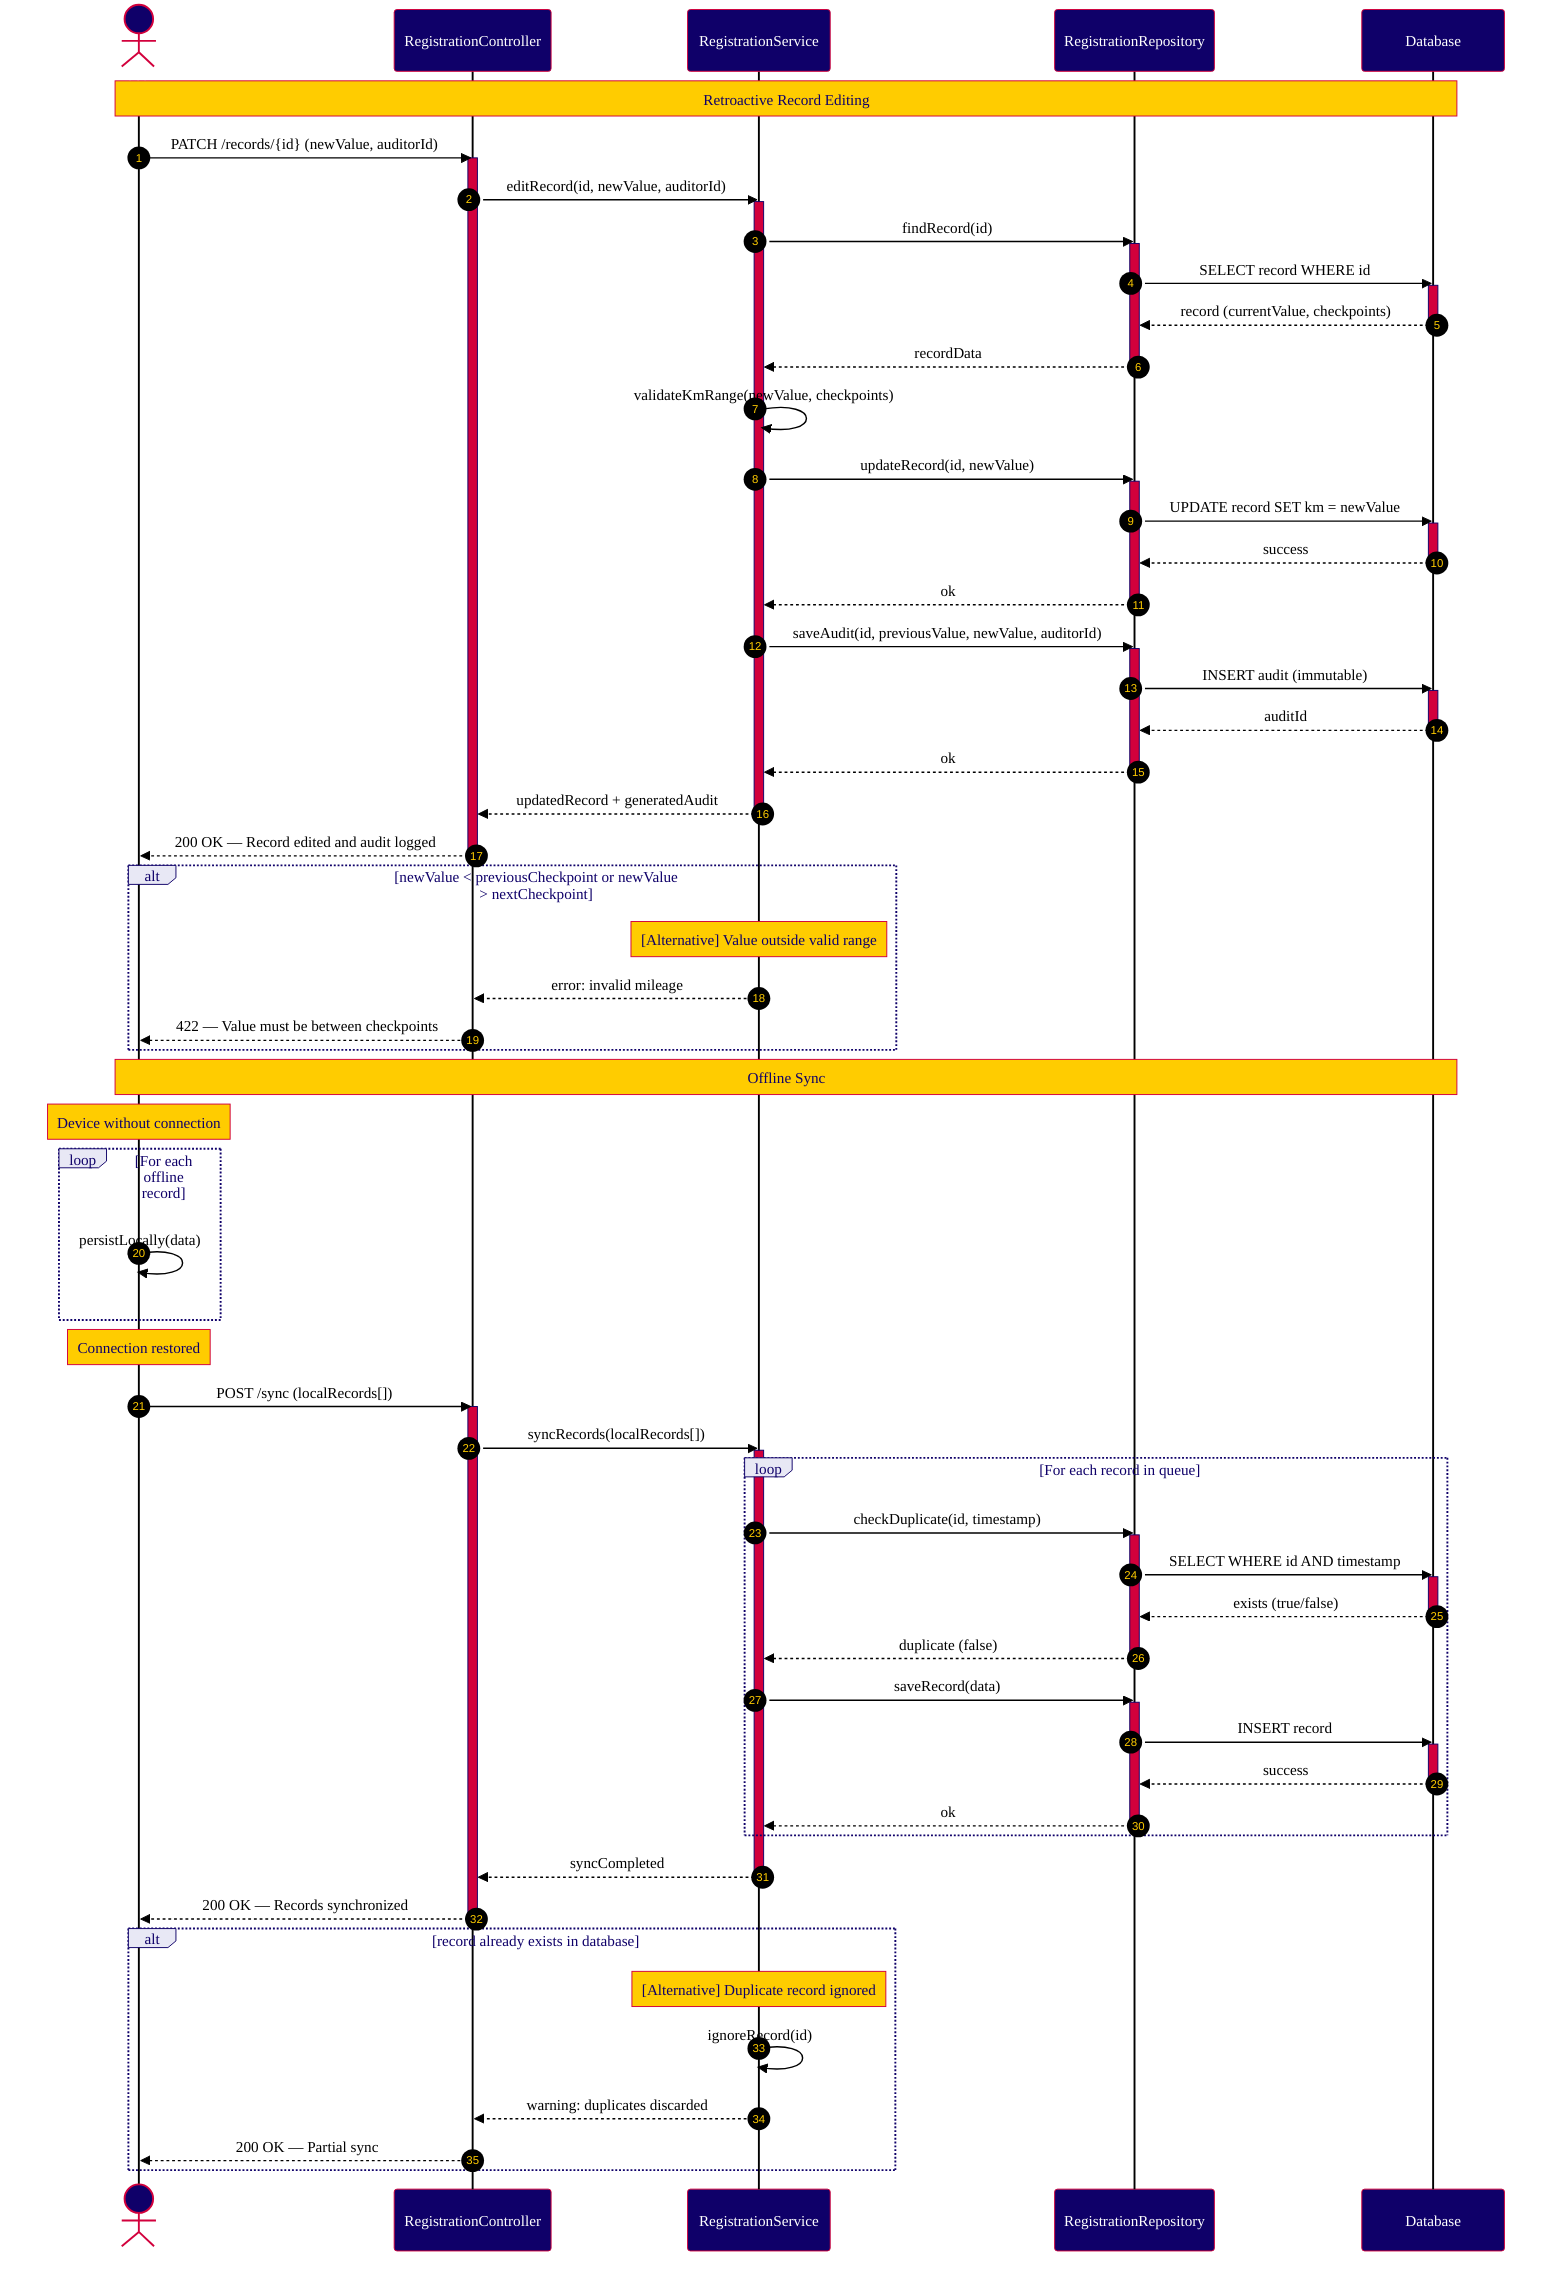
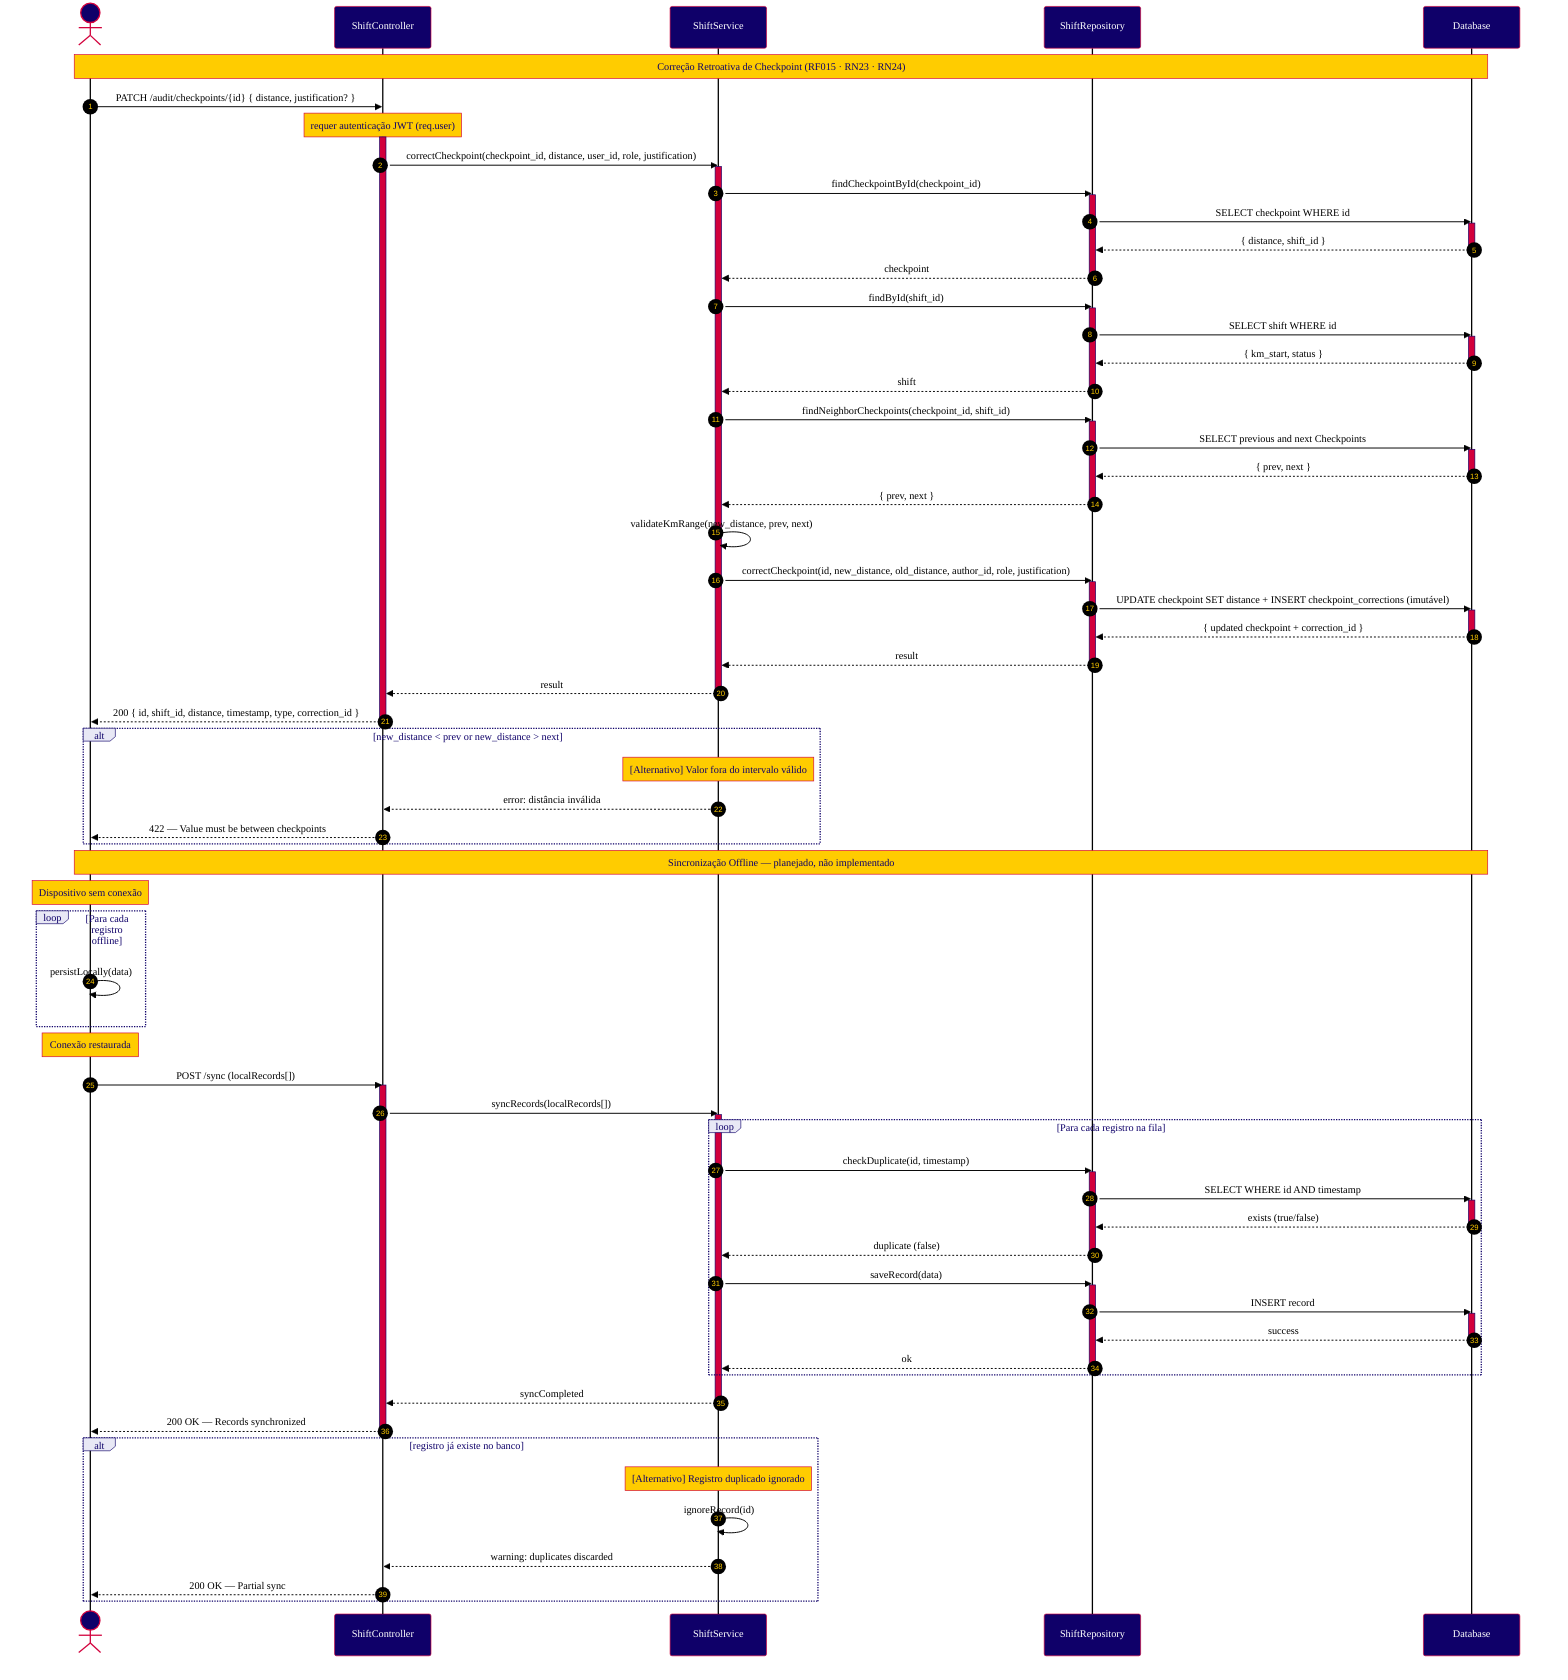
%%{init: {
    "theme": "base",
+     "background": "#ffffff",
    "themeVariables": {
        "primaryColor": "#0F0069",
        "primaryTextColor": "#FFFFFF",
        "primaryBorderColor": "#D2003C",
        "secondaryColor": "#D2003C",
        "secondaryTextColor": "#FFFFFF",
        "secondaryBorderColor": "#D2003C",
        "tertiaryColor": "#E8E8F5",
        "tertiaryTextColor": "#0F0069",
        "tertiaryBorderColor": "#0F0069",
        "noteBkgColor": "#FFCC00",
        "noteTextColor": "#0F0069",
        "noteBorderColor": "#D2003C",
        "activationBkgColor": "#D2003C",
        "activationBorderColor": "#0F0069",
        "sequenceNumberColor": "#FFCC00",
        "actorBkg": "#0F0069",
        "actorTextColor": "#FFFFFF",
        "actorBorderColor": "#D2003C",
        "actorLineColor": "#000000",
        "signalColor": "#000000",
        "signalTextColor": "#000000",
        "labelBoxBkgColor": "#E8E8F5",
        "labelBoxBorderColor": "#0F0069",
        "labelTextColor": "#0F0069",
        "loopTextColor": "#0F0069",
        "fontFamily": "Arial, sans-serif",
-         "fontSize": "14px"
+         "fontSize": "14px",
+         "background": "#FFFFFF"
    }
}}%%
sequenceDiagram
    autonumber
    actor User
-     participant RegistrationController
-     participant RegistrationService
-     participant RegistrationRepository
+     participant ShiftController
+     participant ShiftService
+     participant ShiftRepository
    participant Database

-     Note over User, Database: Retroactive Record Editing
+     Note over User, Database: Correção Retroativa de Checkpoint (RF015 · RN23 · RN24)

-     User->>RegistrationController: PATCH /records/{id} (newValue, auditorId)
-     activate RegistrationController
+     User->>ShiftController: PATCH /audit/checkpoints/{id} { distance, justification? }
+     Note over ShiftController: requer autenticação JWT (req.user)
+     activate ShiftController

-     RegistrationController->>RegistrationService: editRecord(id, newValue, auditorId)
-     activate RegistrationService
+     ShiftController->>ShiftService: correctCheckpoint(checkpoint_id, distance, user_id, role, justification)
+     activate ShiftService

-     RegistrationService->>RegistrationRepository: findRecord(id)
-     activate RegistrationRepository
+     ShiftService->>ShiftRepository: findCheckpointById(checkpoint_id)
+     activate ShiftRepository

-     RegistrationRepository->>Database: SELECT record WHERE id
+     ShiftRepository->>Database: SELECT checkpoint WHERE id
    activate Database

-     Database-->>RegistrationRepository: record (currentValue, checkpoints)
+     Database-->>ShiftRepository: { distance, shift_id }
    deactivate Database

-     RegistrationRepository-->>RegistrationService: recordData
-     deactivate RegistrationRepository
+     ShiftRepository-->>ShiftService: checkpoint
+     deactivate ShiftRepository

-     RegistrationService->>RegistrationService: validateKmRange(newValue, checkpoints)
+     ShiftService->>ShiftRepository: findById(shift_id)
+     activate ShiftRepository

-     RegistrationService->>RegistrationRepository: updateRecord(id, newValue)
-     activate RegistrationRepository
- 
-     RegistrationRepository->>Database: UPDATE record SET km = newValue
+     ShiftRepository->>Database: SELECT shift WHERE id
    activate Database

-     Database-->>RegistrationRepository: success
+     Database-->>ShiftRepository: { km_start, status }
    deactivate Database

-     RegistrationRepository-->>RegistrationService: ok
-     deactivate RegistrationRepository
+     ShiftRepository-->>ShiftService: shift
+     deactivate ShiftRepository

-     RegistrationService->>RegistrationRepository: saveAudit(id, previousValue, newValue, auditorId)
-     activate RegistrationRepository
+     ShiftService->>ShiftRepository: findNeighborCheckpoints(checkpoint_id, shift_id)
+     activate ShiftRepository

-     RegistrationRepository->>Database: INSERT audit (immutable)
+     ShiftRepository->>Database: SELECT previous and next Checkpoints
    activate Database

-     Database-->>RegistrationRepository: auditId
+     Database-->>ShiftRepository: { prev, next }
    deactivate Database

-     RegistrationRepository-->>RegistrationService: ok
-     deactivate RegistrationRepository
+     ShiftRepository-->>ShiftService: { prev, next }
+     deactivate ShiftRepository

-     RegistrationService-->>RegistrationController: updatedRecord + generatedAudit
-     deactivate RegistrationService
+     ShiftService->>ShiftService: validateKmRange(new_distance, prev, next)

-     RegistrationController-->>User: 200 OK — Record edited and audit logged
-     deactivate RegistrationController
+     ShiftService->>ShiftRepository: correctCheckpoint(id, new_distance, old_distance, author_id, role, justification)
+     activate ShiftRepository

-     alt newValue < previousCheckpoint or newValue > nextCheckpoint
-         Note over RegistrationService: [Alternative] Value outside valid range
-         RegistrationService-->>RegistrationController: error: invalid mileage
-         RegistrationController-->>User: 422 — Value must be between checkpoints
+     ShiftRepository->>Database: UPDATE checkpoint SET distance + INSERT checkpoint_corrections (imutável)
+     activate Database
+ 
+     Database-->>ShiftRepository: { updated checkpoint + correction_id }
+     deactivate Database
+ 
+     ShiftRepository-->>ShiftService: result
+     deactivate ShiftRepository
+ 
+     ShiftService-->>ShiftController: result
+     deactivate ShiftService
+ 
+     ShiftController-->>User: 200 { id, shift_id, distance, timestamp, type, correction_id }
+     deactivate ShiftController
+ 
+     alt new_distance < prev or new_distance > next
+         Note over ShiftService: [Alternativo] Valor fora do intervalo válido
+         ShiftService-->>ShiftController: error: distância inválida
+         ShiftController-->>User: 422 — Value must be between checkpoints
    end

-     Note over User, Database: Offline Sync
+     Note over User, Database: Sincronização Offline — planejado, não implementado

-     Note over User: Device without connection
+     Note over User: Dispositivo sem conexão

-     loop For each offline record
+     loop Para cada registro offline
        User->>User: persistLocally(data)
    end

-     Note over User: Connection restored
+     Note over User: Conexão restaurada

-     User->>RegistrationController: POST /sync (localRecords[])
-     activate RegistrationController
+     User->>ShiftController: POST /sync (localRecords[])
+     activate ShiftController

-     RegistrationController->>RegistrationService: syncRecords(localRecords[])
-     activate RegistrationService
+     ShiftController->>ShiftService: syncRecords(localRecords[])
+     activate ShiftService

-     loop For each record in queue
-         RegistrationService->>RegistrationRepository: checkDuplicate(id, timestamp)
-         activate RegistrationRepository
+     loop Para cada registro na fila
+         ShiftService->>ShiftRepository: checkDuplicate(id, timestamp)
+         activate ShiftRepository

-         RegistrationRepository->>Database: SELECT WHERE id AND timestamp
+         ShiftRepository->>Database: SELECT WHERE id AND timestamp
        activate Database

-         Database-->>RegistrationRepository: exists (true/false)
+         Database-->>ShiftRepository: exists (true/false)
        deactivate Database

-         RegistrationRepository-->>RegistrationService: duplicate (false)
-         deactivate RegistrationRepository
+         ShiftRepository-->>ShiftService: duplicate (false)
+         deactivate ShiftRepository

-         RegistrationService->>RegistrationRepository: saveRecord(data)
-         activate RegistrationRepository
+         ShiftService->>ShiftRepository: saveRecord(data)
+         activate ShiftRepository

-         RegistrationRepository->>Database: INSERT record
+         ShiftRepository->>Database: INSERT record
        activate Database

-         Database-->>RegistrationRepository: success
+         Database-->>ShiftRepository: success
        deactivate Database

-         RegistrationRepository-->>RegistrationService: ok
-         deactivate RegistrationRepository
+         ShiftRepository-->>ShiftService: ok
+         deactivate ShiftRepository
    end

-     RegistrationService-->>RegistrationController: syncCompleted
-     deactivate RegistrationService
+     ShiftService-->>ShiftController: syncCompleted
+     deactivate ShiftService

-     RegistrationController-->>User: 200 OK — Records synchronized
-     deactivate RegistrationController
+     ShiftController-->>User: 200 OK — Records synchronized
+     deactivate ShiftController

-     alt record already exists in database
-         Note over RegistrationService: [Alternative] Duplicate record ignored
-         RegistrationService->>RegistrationService: ignoreRecord(id)
-         RegistrationService-->>RegistrationController: warning: duplicates discarded
-         RegistrationController-->>User: 200 OK — Partial sync
-     end+     alt registro já existe no banco
+         Note over ShiftService: [Alternativo] Registro duplicado ignorado
+         ShiftService->>ShiftService: ignoreRecord(id)
+         ShiftService-->>ShiftController: warning: duplicates discarded
+         ShiftController-->>User: 200 OK — Partial sync
+     end
